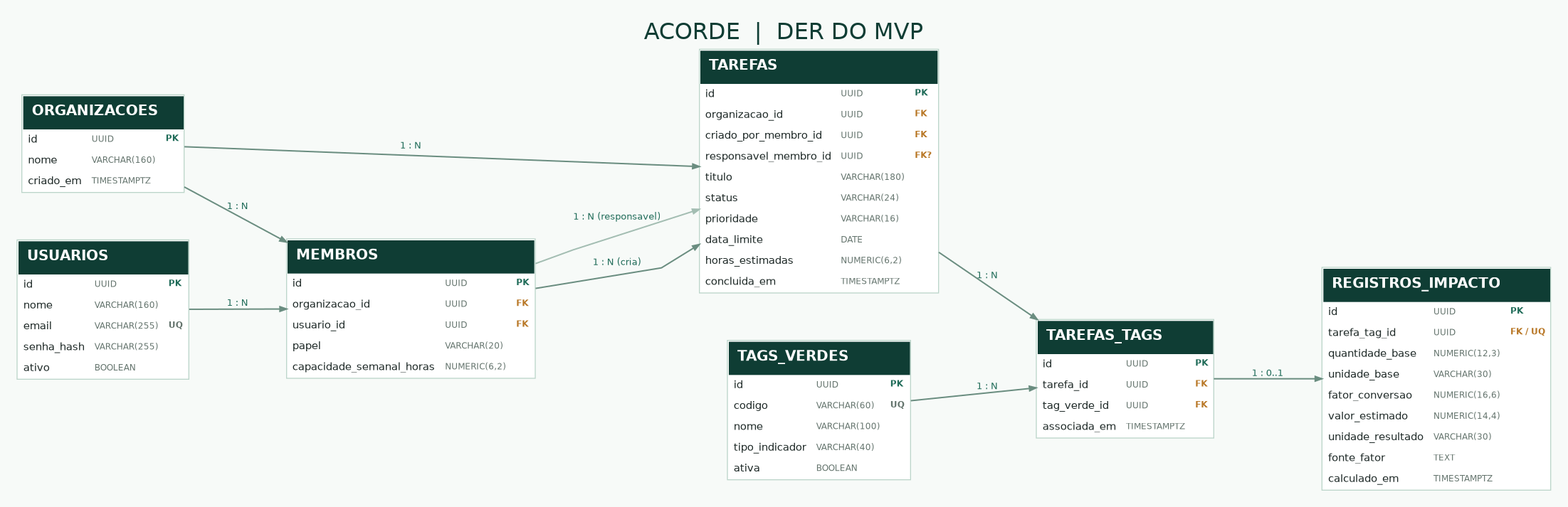
This is docs/der/DER_MVP.png from LorenzoPradalMalosso/acorde, a Mermaid export, as it was before one commit. Its source is kept beside it as docs/der/DER_MVP.mmd. Its diagram source:
```mermaid
erDiagram
    ORGANIZACOES ||--o{ MEMBROS : possui
    USUARIOS ||--o{ MEMBROS : participa
    ORGANIZACOES ||--o{ TAREFAS : contem
    MEMBROS ||--o{ TAREFAS : cria
    MEMBROS o|--o{ TAREFAS : responsavel
    TAREFAS ||--o{ TAREFAS_TAGS : recebe
    TAGS_VERDES ||--o{ TAREFAS_TAGS : classifica
    TAREFAS_TAGS ||--o| REGISTROS_IMPACTO : produz

    ORGANIZACOES {
        uuid id PK
        varchar nome
        timestamptz criado_em
    }
    USUARIOS {
        uuid id PK
        varchar nome
        varchar email UK
        varchar senha_hash
        boolean ativo
    }
    MEMBROS {
        uuid id PK
        uuid organizacao_id FK
        uuid usuario_id FK
        varchar papel
        decimal capacidade_semanal_horas
    }
    TAREFAS {
        uuid id PK
        uuid organizacao_id FK
        uuid criado_por_membro_id FK
        uuid responsavel_membro_id FK
        varchar titulo
        varchar status
        varchar prioridade
        date data_limite
        decimal horas_estimadas
        timestamptz concluida_em
    }
    TAGS_VERDES {
        uuid id PK
        varchar codigo UK
        varchar nome
        varchar tipo_indicador
        boolean ativa
    }
    TAREFAS_TAGS {
        uuid id PK
        uuid tarefa_id FK
        uuid tag_verde_id FK
        timestamptz associada_em
    }
    REGISTROS_IMPACTO {
        uuid id PK
        uuid tarefa_tag_id FK
        decimal quantidade_base
        varchar unidade_base
        decimal fator_conversao
        decimal valor_estimado
        varchar unidade_resultado
        text fonte_fator
        timestamptz calculado_em
    }
```
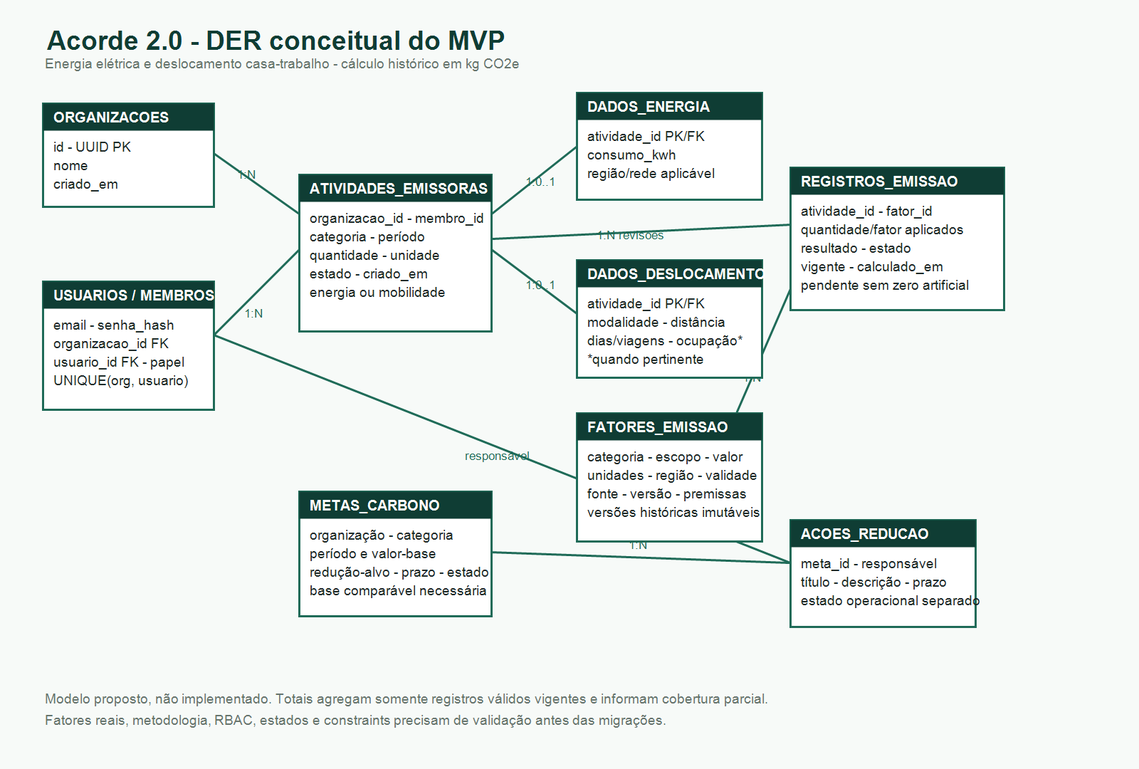
After the commit.

What changed in the source:
```diff
@@ -1,12 +1,15 @@
 erDiagram
     ORGANIZACOES ||--o{ MEMBROS : possui
     USUARIOS ||--o{ MEMBROS : participa
-    ORGANIZACOES ||--o{ TAREFAS : contem
-    MEMBROS ||--o{ TAREFAS : cria
-    MEMBROS o|--o{ TAREFAS : responsavel
-    TAREFAS ||--o{ TAREFAS_TAGS : recebe
-    TAGS_VERDES ||--o{ TAREFAS_TAGS : classifica
-    TAREFAS_TAGS ||--o| REGISTROS_IMPACTO : produz
+    ORGANIZACOES ||--o{ ATIVIDADES_EMISSORAS : monitora
+    MEMBROS ||--o{ ATIVIDADES_EMISSORAS : registra
+    ATIVIDADES_EMISSORAS ||--o| DADOS_ENERGIA : detalha
+    ATIVIDADES_EMISSORAS ||--o| DADOS_DESLOCAMENTO : detalha
+    ATIVIDADES_EMISSORAS ||--o{ REGISTROS_EMISSAO : calcula
+    FATORES_EMISSAO ||--o{ REGISTROS_EMISSAO : utiliza
+    ORGANIZACOES ||--o{ METAS_CARBONO : define
+    METAS_CARBONO ||--o{ ACOES_REDUCAO : organiza
+    MEMBROS ||--o{ ACOES_REDUCAO : responsavel
 
     ORGANIZACOES {
         uuid id PK
@@ -25,41 +28,75 @@
         uuid organizacao_id FK
         uuid usuario_id FK
         varchar papel
-        decimal capacidade_semanal_horas
+        boolean ativo
     }
-    TAREFAS {
+    ATIVIDADES_EMISSORAS {
         uuid id PK
         uuid organizacao_id FK
-        uuid criado_por_membro_id FK
+        uuid membro_id FK
+        varchar categoria
+        date periodo_inicio
+        date periodo_fim
+        numeric quantidade
+        varchar unidade
+        varchar estado
+        timestamptz criado_em
+    }
+    DADOS_ENERGIA {
+        uuid atividade_id PK,FK
+        numeric consumo_kwh
+        varchar regiao_rede
+    }
+    DADOS_DESLOCAMENTO {
+        uuid atividade_id PK,FK
+        varchar modalidade
+        numeric distancia_ida_volta_km
+        numeric dias_viagens
+        numeric ocupacao
+    }
+    FATORES_EMISSAO {
+        uuid id PK
+        varchar categoria
+        varchar escopo
+        numeric valor
+        varchar unidade_atividade
+        varchar unidade_resultado
+        varchar fonte
+        varchar versao
+        date valido_desde
+        date valido_ate
+        varchar regiao
+        text premissas
+    }
+    REGISTROS_EMISSAO {
+        uuid id PK
+        uuid atividade_id FK
+        uuid fator_id FK
+        numeric quantidade_aplicada
+        numeric fator_aplicado
+        numeric resultado_kg_co2e
+        varchar unidade_resultado
+        varchar estado
+        boolean vigente
+        timestamptz calculado_em
+    }
+    METAS_CARBONO {
+        uuid id PK
+        uuid organizacao_id FK
+        varchar categoria
+        date periodo_base_inicio
+        date periodo_base_fim
+        numeric valor_base_kg_co2e
+        numeric reducao_alvo_percentual
+        date prazo
+        varchar estado
+    }
+    ACOES_REDUCAO {
+        uuid id PK
+        uuid meta_id FK
         uuid responsavel_membro_id FK
         varchar titulo
-        varchar status
-        varchar prioridade
-        date data_limite
-        decimal horas_estimadas
-        timestamptz concluida_em
+        text descricao
+        date prazo
+        varchar estado
     }
-    TAGS_VERDES {
-        uuid id PK
-        varchar codigo UK
-        varchar nome
-        varchar tipo_indicador
-        boolean ativa
-    }
-    TAREFAS_TAGS {
-        uuid id PK
-        uuid tarefa_id FK
-        uuid tag_verde_id FK
-        timestamptz associada_em
-    }
-    REGISTROS_IMPACTO {
-        uuid id PK
-        uuid tarefa_tag_id FK
-        decimal quantidade_base
-        varchar unidade_base
-        decimal fator_conversao
-        decimal valor_estimado
-        varchar unidade_resultado
-        text fonte_fator
-        timestamptz calculado_em
-    }
```
